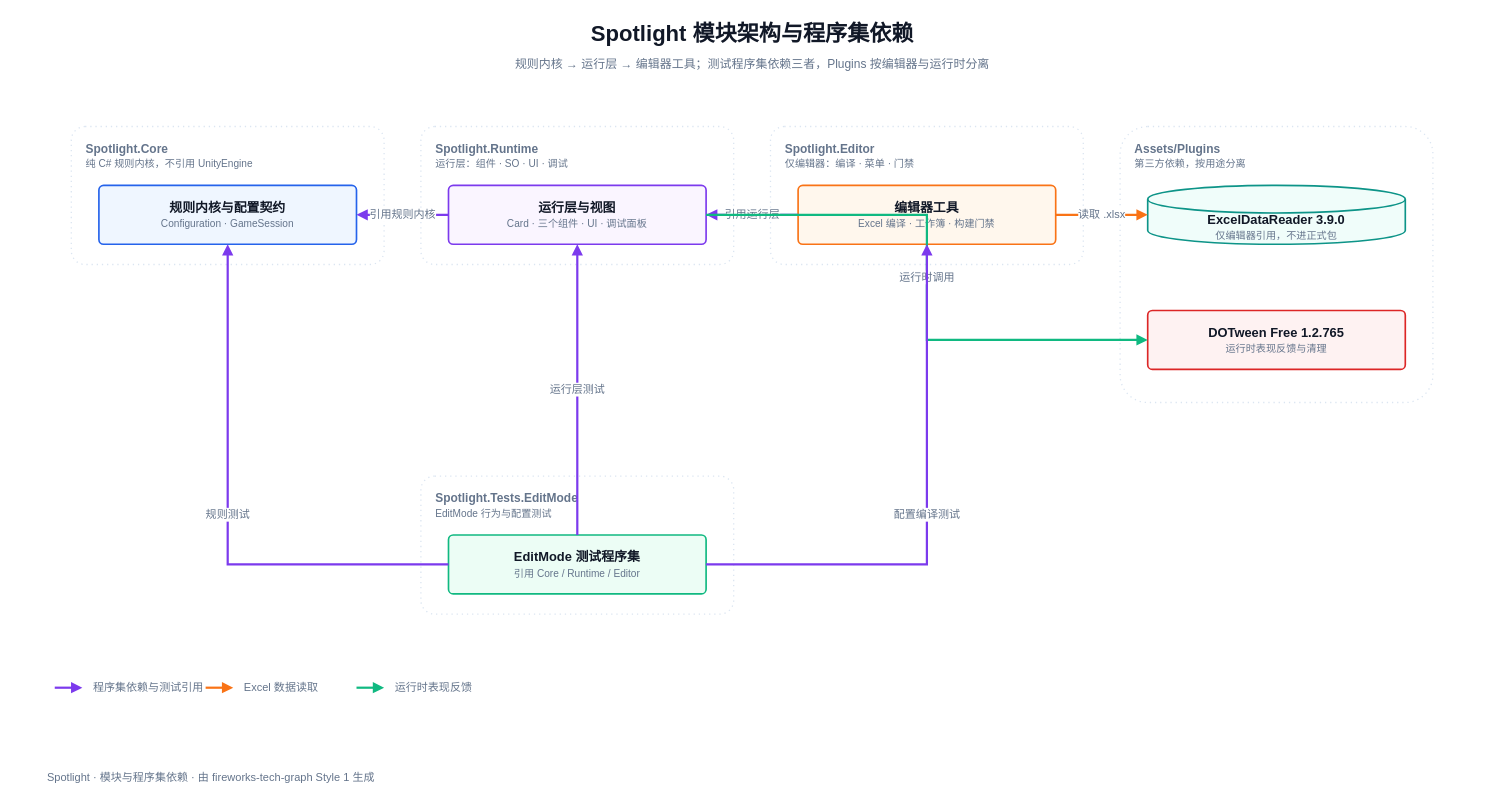
Earlier version of the draw.io diagram docs/diagrams/01-modules/01-modules.drawio (superbear1945/spotlight2026). Source tidied: cells renumbered, new cells numbered last; positions are measured from the earlier drawing's top-left corner, leaving out a move shared by most shapes. Both pictures are drawn from the tidied source at 92%, with x=0, y=0 at pixel (16, 16).
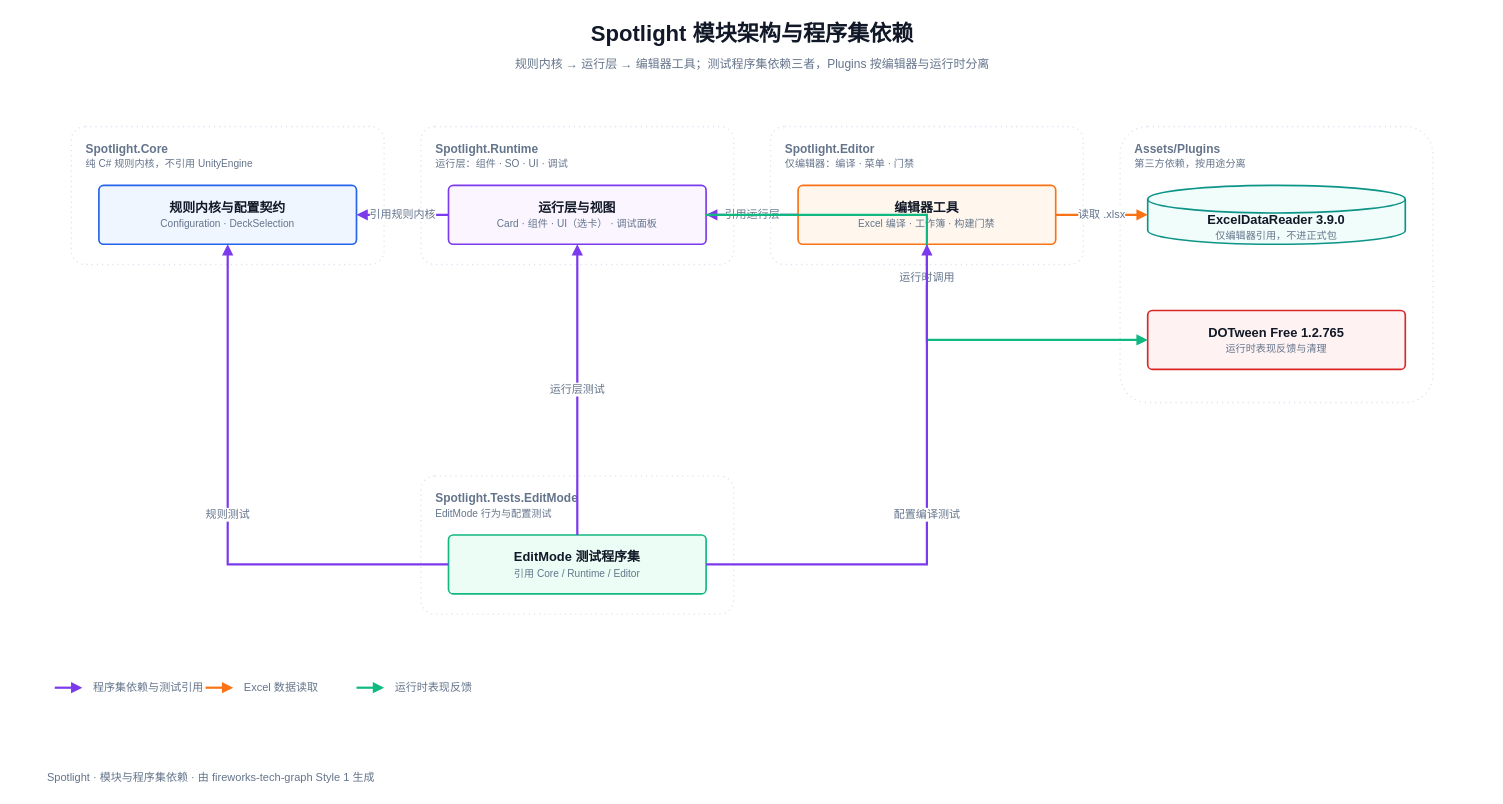
The same page after the edit.

Diff of the diagram source:
```diff
@@
-    <mxCell id="7" value="&lt;b&gt;规则内核与配置契约&lt;/b&gt;&lt;br&gt;&lt;font style=&quot;font-size:11px;color:#64748b&quot;&gt;Configuration · GameSession&lt;/font&gt;" style="rounded=1;arcSize=8;double=1;whiteSpace=wrap;html=1;shadow=0;fillColor=#eff6ff;strokeColor=#2563eb;strokeWidth=1.8;fontColor=#111827;fontSize=14;align=center;verticalAlign=middle;" parent="1" vertex="1">
+    <mxCell id="7" value="&lt;b&gt;规则内核与配置契约&lt;/b&gt;&lt;br&gt;&lt;font style=&quot;font-size:11px;color:#64748b&quot;&gt;Configuration · DeckSelection&lt;/font&gt;" style="rounded=1;arcSize=8;double=1;whiteSpace=wrap;html=1;shadow=0;fillColor=#eff6ff;strokeColor=#2563eb;strokeWidth=1.8;fontColor=#111827;fontSize=14;align=center;verticalAlign=middle;" parent="1" vertex="1">
       <mxGeometry x="90" y="184" width="280" height="64" as="geometry" />
     </mxCell>
-    <mxCell id="8" value="&lt;b&gt;运行层与视图&lt;/b&gt;&lt;br&gt;&lt;font style=&quot;font-size:11px;color:#64748b&quot;&gt;Card · 三个组件 · UI · 调试面板&lt;/font&gt;" style="rounded=1;arcSize=8;double=1;whiteSpace=wrap;html=1;shadow=0;fillColor=#faf5ff;strokeColor=#7c3aed;strokeWidth=1.8;fontColor=#111827;fontSize=14;align=center;verticalAlign=middle;" parent="1" vertex="1">
+    <mxCell id="8" value="&lt;b&gt;运行层与视图&lt;/b&gt;&lt;br&gt;&lt;font style=&quot;font-size:11px;color:#64748b&quot;&gt;Card · 组件 · UI（选卡） · 调试面板&lt;/font&gt;" style="rounded=1;arcSize=8;double=1;whiteSpace=wrap;html=1;shadow=0;fillColor=#faf5ff;strokeColor=#7c3aed;strokeWidth=1.8;fontColor=#111827;fontSize=14;align=center;verticalAlign=middle;" parent="1" vertex="1">
       <mxGeometry x="470" y="184" width="280" height="64" as="geometry" />
     </mxCell>
```
